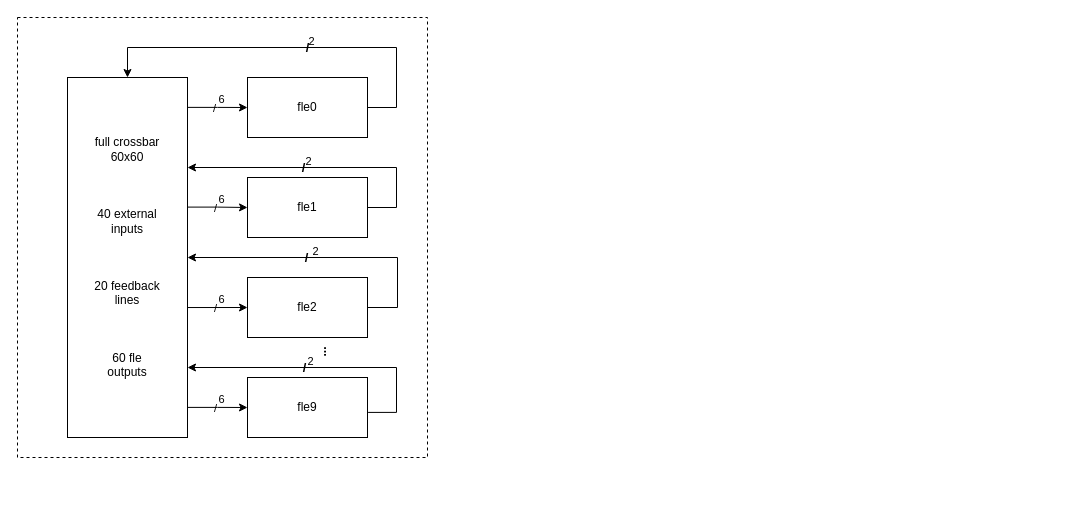
narutozxp/iodraw keeps this draw.io diagram as efpga/未命名绘图.drawio. Above is the earlier version. Source tidied: cells renumbered, new cells numbered last; positions are measured from the earlier drawing's top-left corner, leaving out a move shared by most shapes. Both pictures are drawn from the tidied source at 100%, with x=0, y=0 at pixel (17, 17).
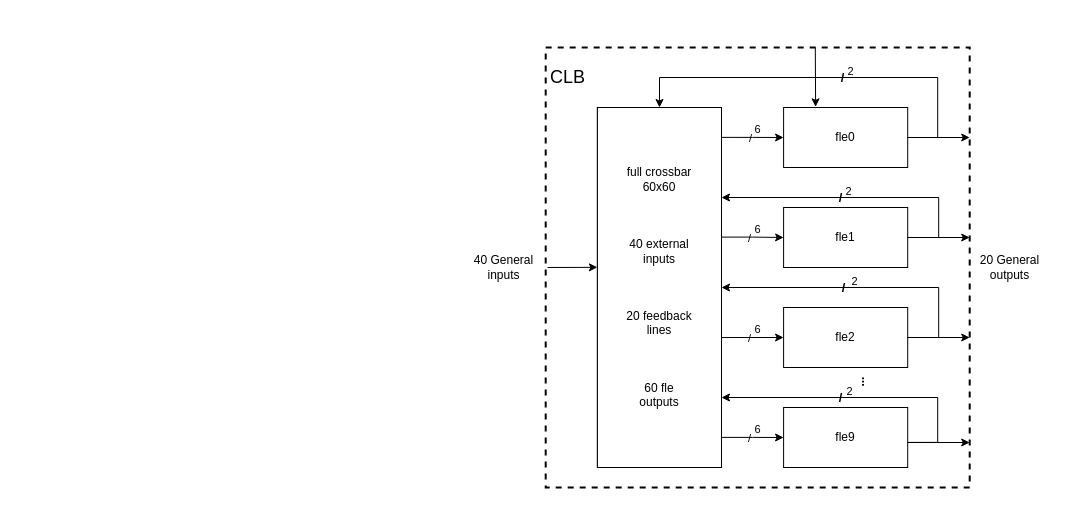
The same page after the edit.

Diff of the diagram source:
```diff
@@
-    <mxCell id="2" style="edgeStyle=orthogonalEdgeStyle;rounded=0;jettySize=auto;html=0;labelBorderColor=none;startArrow=none;startFill=0;endArrow=classic;endFill=1;exitX=1;exitY=0.083;exitDx=0;exitDy=0;exitPerimeter=0;" parent="1" edge="1" source="24" target="5">
-      <mxGeometry relative="1" as="geometry" />
-    </mxCell>
-    <mxCell id="3" value="/" style="edgeLabel;html=1;align=center;verticalAlign=middle;labelBackgroundColor=none;" parent="2" vertex="1">
-      <mxGeometry x="0.34" y="1" relative="1" as="geometry">
-        <mxPoint x="-13" y="1" as="offset" />
-      </mxGeometry>
-    </mxCell>
-    <mxCell id="4" value="6" style="edgeLabel;html=1;align=center;verticalAlign=bottom;labelBackgroundColor=none;" parent="2" vertex="1">
-      <mxGeometry x="0.24" y="1" relative="1" as="geometry">
-        <mxPoint x="-3" y="1" as="offset" />
-      </mxGeometry>
-    </mxCell>
+    <mxCell id="35" style="group;" parent="1" vertex="1">
+      <mxGeometry x="430" y="30" width="605" height="440" as="geometry" />
+    </mxCell>
+    <mxCell id="36" style="group;fontStyle=0;fontSize=18;strokeWidth=2;fillColor=none;perimeterSpacing=5;strokeColor=default;dashed=1;fontColor=none;noLabel=1;" parent="35" vertex="1">
+      <mxGeometry x="98.2" width="424" height="440" as="geometry" />
+    </mxCell>
+    <mxCell id="37" style="edgeStyle=orthogonalEdgeStyle;rounded=0;jettySize=auto;html=0;exitX=1;exitY=0.5;exitDx=0;exitDy=0;labelBorderColor=none;startArrow=none;startFill=0;endArrow=classic;endFill=1;" parent="36" edge="1" source="6">
+      <mxGeometry relative="1" as="geometry">
+        <mxPoint x="424" y="190" as="targetPoint" />
+        <Array as="points">
+          <mxPoint x="424" y="190" />
+        </Array>
+      </mxGeometry>
+    </mxCell>
-    <mxCell id="5" value="fle0" style="rounded=0;whiteSpace=wrap;html=1;" parent="1" vertex="1">
-      <mxGeometry x="230" y="60" width="120" height="60" as="geometry" />
+    <mxCell id="5" value="fle0" style="rounded=0;whiteSpace=wrap;html=1;" parent="36" vertex="1">
+      <mxGeometry x="237.9" y="60" width="124.1" height="60" as="geometry" />
     </mxCell>
-    <mxCell id="6" value="fle1" style="whiteSpace=wrap;html=1;" parent="1" vertex="1">
-      <mxGeometry x="230" y="160" width="120" height="60" as="geometry" />
+    <mxCell id="6" value="fle1" style="whiteSpace=wrap;html=1;" parent="36" vertex="1">
+      <mxGeometry x="237.9" y="160" width="124.1" height="60" as="geometry" />
     </mxCell>
-    <mxCell id="7" value="fle9" style="rounded=0;whiteSpace=wrap;html=1;" parent="1" vertex="1">
-      <mxGeometry x="230" y="360" width="120" height="60" as="geometry" />
+    <mxCell id="7" value="fle9" style="rounded=0;whiteSpace=wrap;html=1;" parent="36" vertex="1">
+      <mxGeometry x="237.9" y="360" width="124.1" height="60" as="geometry" />
     </mxCell>
-    <mxCell id="8" style="edgeStyle=orthogonalEdgeStyle;rounded=0;jettySize=auto;exitX=1;exitY=0.5;exitDx=0;exitDy=0;endArrow=classic;endFill=1;startArrow=none;startFill=0;horizontal=1;labelBorderColor=none;verticalAlign=bottom;" parent="1" edge="1" source="11">
+    <mxCell id="8" style="edgeStyle=orthogonalEdgeStyle;rounded=0;jettySize=auto;exitX=1;exitY=0.5;exitDx=0;exitDy=0;endArrow=classic;endFill=1;startArrow=none;startFill=0;horizontal=1;labelBorderColor=none;verticalAlign=bottom;" parent="36" edge="1" source="11">
       <mxGeometry relative="1" as="geometry">
-        <mxPoint x="170" y="240" as="targetPoint" />
+        <mxPoint x="175.8" y="240" as="targetPoint" />
         <Array as="points">
-          <mxPoint x="380" y="290" />
-          <mxPoint x="380" y="240" />
+          <mxPoint x="393" y="290" />
+          <mxPoint x="393" y="240" />
         </Array>
       </mxGeometry>
     </mxCell>
@@
-    <mxCell id="11" value="fle2" style="rounded=0;whiteSpace=wrap;html=1;" parent="1" vertex="1">
-      <mxGeometry x="230" y="260" width="120" height="60" as="geometry" />
+    <mxCell id="11" value="fle2" style="rounded=0;whiteSpace=wrap;html=1;" parent="36" vertex="1">
+      <mxGeometry x="237.9" y="260" width="124.1" height="60" as="geometry" />
     </mxCell>
-    <mxCell id="12" style="edgeStyle=orthogonalEdgeStyle;rounded=0;orthogonalLoop=1;jettySize=auto;html=0;labelBorderColor=none;startArrow=none;startFill=0;endArrow=classic;endFill=1;" parent="1" edge="1">
+    <mxCell id="12" style="edgeStyle=orthogonalEdgeStyle;rounded=0;orthogonalLoop=1;jettySize=auto;html=0;labelBorderColor=none;startArrow=none;startFill=0;endArrow=classic;endFill=1;" parent="36" edge="1">
       <mxGeometry relative="1" as="geometry">
-        <mxPoint x="100" y="60" as="sourcePoint" />
-        <mxPoint x="100" y="60.2" as="targetPoint" />
+        <mxPoint x="103.4" y="60" as="sourcePoint" />
+        <mxPoint x="103.4" y="60.2" as="targetPoint" />
       </mxGeometry>
     </mxCell>
-    <mxCell id="13" style="rounded=0;whiteSpace=wrap;html=1;" parent="1" vertex="1">
-      <mxGeometry x="50" y="60" width="120" height="360" as="geometry" />
+    <mxCell id="13" style="rounded=0;whiteSpace=wrap;html=1;" parent="36" vertex="1">
+      <mxGeometry x="51.7" y="60" width="124.1" height="360" as="geometry" />
     </mxCell>
-    <mxCell id="14" style="edgeStyle=orthogonalEdgeStyle;rounded=0;jettySize=auto;entryX=1.008;entryY=0.193;entryDx=0;entryDy=0;entryPerimeter=0;endArrow=classic;endFill=1;startArrow=none;startFill=0;horizontal=1;labelBorderColor=none;verticalAlign=bottom;exitX=1;exitY=0.5;exitDx=0;exitDy=0;" parent="1" edge="1" source="6">
+    <mxCell id="14" style="edgeStyle=orthogonalEdgeStyle;rounded=0;jettySize=auto;entryX=1.008;entryY=0.193;entryDx=0;entryDy=0;entryPerimeter=0;endArrow=classic;endFill=1;startArrow=none;startFill=0;horizontal=1;labelBorderColor=none;verticalAlign=bottom;exitX=1;exitY=0.5;exitDx=0;exitDy=0;" parent="36" edge="1" source="6">
       <mxGeometry relative="1" as="geometry">
-        <mxPoint x="170" y="150" as="targetPoint" />
+        <mxPoint x="175.8" y="150" as="targetPoint" />
         <Array as="points">
-          <mxPoint x="379" y="190" />
-          <mxPoint x="379" y="150" />
+          <mxPoint x="393" y="190" />
+          <mxPoint x="393" y="150" />
         </Array>
       </mxGeometry>
     </mxCell>
@@
-    <mxCell id="17" style="edgeStyle=orthogonalEdgeStyle;rounded=0;jettySize=auto;endArrow=classic;endFill=1;startArrow=none;startFill=0;horizontal=1;labelBorderColor=none;verticalAlign=bottom;exitX=1;exitY=0.5;exitDx=0;exitDy=0;" parent="1" edge="1" source="5" target="13">
+    <mxCell id="17" style="edgeStyle=orthogonalEdgeStyle;rounded=0;jettySize=auto;endArrow=classic;endFill=1;startArrow=none;startFill=0;horizontal=1;labelBorderColor=none;verticalAlign=bottom;exitX=1;exitY=0.5;exitDx=0;exitDy=0;" parent="36" edge="1" source="5" target="13">
       <mxGeometry relative="1" as="geometry">
         <Array as="points">
-          <mxPoint x="379" y="90" />
-          <mxPoint x="379" y="30" />
-          <mxPoint x="110" y="30" />
+          <mxPoint x="392" y="90" />
+          <mxPoint x="392" y="30" />
+          <mxPoint x="113.8" y="30" />
         </Array>
       </mxGeometry>
     </mxCell>
@@
-    <mxCell id="20" style="edgeStyle=orthogonalEdgeStyle;rounded=0;jettySize=auto;entryX=1.008;entryY=0.193;entryDx=0;entryDy=0;entryPerimeter=0;endArrow=classic;endFill=1;startArrow=none;startFill=0;horizontal=1;labelBorderColor=none;verticalAlign=bottom;exitX=1.005;exitY=0.582;exitDx=0;exitDy=0;exitPerimeter=0;" parent="1" edge="1" source="7">
+    <mxCell id="20" style="edgeStyle=orthogonalEdgeStyle;rounded=0;jettySize=auto;entryX=1.008;entryY=0.193;entryDx=0;entryDy=0;entryPerimeter=0;endArrow=classic;endFill=1;startArrow=none;startFill=0;horizontal=1;labelBorderColor=none;verticalAlign=bottom;exitX=1.005;exitY=0.582;exitDx=0;exitDy=0;exitPerimeter=0;" parent="36" edge="1" source="7">
       <mxGeometry relative="1" as="geometry">
-        <mxPoint x="170" y="350" as="targetPoint" />
+        <mxPoint x="175.8" y="350" as="targetPoint" />
         <Array as="points">
-          <mxPoint x="379" y="395" />
-          <mxPoint x="379" y="350" />
+          <mxPoint x="392" y="395" />
+          <mxPoint x="392" y="350" />
         </Array>
       </mxGeometry>
     </mxCell>
@@
-    <mxCell id="23" value="&lt;b&gt;...&lt;/b&gt;" style="text;html=1;align=center;verticalAlign=middle;strokeColor=none;fillColor=none;horizontal=0;" parent="1" vertex="1">
-      <mxGeometry x="290" y="320" width="30" height="30" as="geometry" />
+    <mxCell id="23" value="&lt;b&gt;...&lt;/b&gt;" style="text;html=1;align=center;verticalAlign=middle;strokeColor=none;fillColor=none;horizontal=0;" parent="36" vertex="1">
+      <mxGeometry x="299.9" y="320" width="30" height="30" as="geometry" />
     </mxCell>
-    <mxCell id="24" value="full crossbar&lt;br&gt;60x60&lt;br&gt;&lt;br&gt;&lt;br&gt;&lt;br&gt;40 external&lt;br&gt;inputs&lt;br&gt;&lt;br&gt;&lt;br&gt;&lt;br&gt;20 feedback&lt;br&gt;lines&lt;br&gt;&lt;br&gt;&lt;br&gt;&lt;br&gt;60 fle&lt;br&gt;outputs" style="rounded=0;whiteSpace=wrap;html=1;points=[[0,0,0,0,0],[0,0.25,0,0,0],[0,0.5,0,0,0],[0,0.75,0,0,0],[0,1,0,0,0],[0.25,0,0,0,0],[0.25,1,0,0,0],[0.5,0,0,0,0],[0.5,1,0,0,0],[0.75,0,0,0,0],[0.75,1,0,0,0],[1,0,0,0,0],[1,0.2,0,0,0],[1,0.25,0,0,0],[1,0.33,0,0,0],[1,0.4,0,0,0],[1,0.5,0,0,0],[1,0.6,0,0,0],[1,0.67,0,0,0],[1,0.75,0,0,0],[1,0.8,0,0,0],[1,1,0,0,0]];" parent="1" vertex="1">
-      <mxGeometry x="50" y="60" width="120" height="360" as="geometry" />
+    <mxCell id="24" value="full crossbar&lt;br&gt;60x60&lt;br&gt;&lt;br&gt;&lt;br&gt;&lt;br&gt;40 external&lt;br&gt;inputs&lt;br&gt;&lt;br&gt;&lt;br&gt;&lt;br&gt;20 feedback&lt;br&gt;lines&lt;br&gt;&lt;br&gt;&lt;br&gt;&lt;br&gt;60 fle&lt;br&gt;outputs" style="rounded=0;whiteSpace=wrap;html=1;points=[[0,0,0,0,0],[0,0.25,0,0,0],[0,0.5,0,0,0],[0,0.75,0,0,0],[0,1,0,0,0],[0.25,0,0,0,0],[0.25,1,0,0,0],[0.5,0,0,0,0],[0.5,1,0,0,0],[0.75,0,0,0,0],[0.75,1,0,0,0],[1,0,0,0,0],[1,0.2,0,0,0],[1,0.25,0,0,0],[1,0.33,0,0,0],[1,0.4,0,0,0],[1,0.5,0,0,0],[1,0.6,0,0,0],[1,0.67,0,0,0],[1,0.75,0,0,0],[1,0.8,0,0,0],[1,1,0,0,0]];" parent="36" vertex="1">
+      <mxGeometry x="51.7" y="60" width="124.1" height="360" as="geometry" />
     </mxCell>
-    <mxCell id="25" style="edgeStyle=orthogonalEdgeStyle;rounded=0;jettySize=auto;html=0;labelBorderColor=none;startArrow=none;startFill=0;endArrow=classic;endFill=1;entryX=0;entryY=0.5;entryDx=0;entryDy=0;exitX=1.002;exitY=0.36;exitDx=0;exitDy=0;exitPerimeter=0;" parent="1" edge="1" source="24" target="6">
+    <mxCell id="25" style="edgeStyle=orthogonalEdgeStyle;rounded=0;jettySize=auto;html=0;labelBorderColor=none;startArrow=none;startFill=0;endArrow=classic;endFill=1;entryX=0;entryY=0.5;entryDx=0;entryDy=0;exitX=1.002;exitY=0.36;exitDx=0;exitDy=0;exitPerimeter=0;" parent="36" edge="1" source="24" target="6">
       <mxGeometry relative="1" as="geometry" />
     </mxCell>
+    <mxCell id="2" style="edgeStyle=orthogonalEdgeStyle;rounded=0;jettySize=auto;html=0;labelBorderColor=none;startArrow=none;startFill=0;endArrow=classic;endFill=1;exitX=1;exitY=0.083;exitDx=0;exitDy=0;exitPerimeter=0;" parent="36" edge="1" source="24" target="5">
+      <mxGeometry relative="1" as="geometry" />
+    </mxCell>
+    <mxCell id="3" value="/" style="edgeLabel;html=1;align=center;verticalAlign=middle;labelBackgroundColor=none;" parent="2" vertex="1">
+      <mxGeometry x="0.34" y="1" relative="1" as="geometry">
+        <mxPoint x="-13" y="1" as="offset" />
+      </mxGeometry>
+    </mxCell>
+    <mxCell id="4" value="6" style="edgeLabel;html=1;align=center;verticalAlign=bottom;labelBackgroundColor=none;" parent="2" vertex="1">
+      <mxGeometry x="0.24" y="1" relative="1" as="geometry">
+        <mxPoint x="-3" y="1" as="offset" />
+      </mxGeometry>
+    </mxCell>
-    <mxCell id="26" style="edgeStyle=orthogonalEdgeStyle;rounded=0;jettySize=auto;html=0;labelBorderColor=none;startArrow=none;startFill=0;endArrow=classic;endFill=1;exitX=1.001;exitY=0.639;exitDx=0;exitDy=0;exitPerimeter=0;entryX=0;entryY=0.5;entryDx=0;entryDy=0;" parent="1" edge="1" source="24" target="11">
+    <mxCell id="26" style="edgeStyle=orthogonalEdgeStyle;rounded=0;jettySize=auto;html=0;labelBorderColor=none;startArrow=none;startFill=0;endArrow=classic;endFill=1;exitX=1.001;exitY=0.639;exitDx=0;exitDy=0;exitPerimeter=0;entryX=0;entryY=0.5;entryDx=0;entryDy=0;" parent="36" edge="1" source="24" target="11">
       <mxGeometry relative="1" as="geometry" />
     </mxCell>
-    <mxCell id="27" style="edgeStyle=orthogonalEdgeStyle;rounded=0;orthogonalLoop=1;jettySize=auto;html=0;labelBorderColor=none;startArrow=none;startFill=0;endArrow=classic;endFill=1;exitX=1;exitY=0.083;exitDx=0;exitDy=0;exitPerimeter=0;" parent="1" edge="1">
+    <mxCell id="27" style="edgeStyle=orthogonalEdgeStyle;rounded=0;orthogonalLoop=1;jettySize=auto;html=0;labelBorderColor=none;startArrow=none;startFill=0;endArrow=classic;endFill=1;exitX=1;exitY=0.083;exitDx=0;exitDy=0;exitPerimeter=0;" parent="36" edge="1">
       <mxGeometry relative="1" as="geometry">
-        <mxPoint x="170" y="389.9" as="sourcePoint" />
-        <mxPoint x="230" y="390" as="targetPoint" />
+        <mxPoint x="175.8" y="389.9" as="sourcePoint" />
+        <mxPoint x="237.9" y="390" as="targetPoint" />
         <Array as="points">
-          <mxPoint x="200" y="390" />
-          <mxPoint x="230" y="390" />
+          <mxPoint x="206.8" y="390" />
+          <mxPoint x="237.9" y="390" />
         </Array>
       </mxGeometry>
     </mxCell>
-    <mxCell id="28" value="/" style="edgeLabel;html=1;align=center;verticalAlign=middle;labelBackgroundColor=none;" parent="1" vertex="1">
-      <mxGeometry x="197" y="190" as="geometry" />
+    <mxCell id="28" value="/" style="edgeLabel;html=1;align=center;verticalAlign=middle;labelBackgroundColor=none;" parent="36" vertex="1">
+      <mxGeometry x="203.7" y="190" as="geometry" />
     </mxCell>
-    <mxCell id="29" value="6" style="edgeLabel;html=1;align=center;verticalAlign=bottom;labelBackgroundColor=none;" parent="1" vertex="1">
-      <mxGeometry x="203.9" y="190" as="geometry" />
+    <mxCell id="29" value="6" style="edgeLabel;html=1;align=center;verticalAlign=bottom;labelBackgroundColor=none;" parent="36" vertex="1">
+      <mxGeometry x="210.9" y="190" as="geometry" />
     </mxCell>
-    <mxCell id="30" value="/" style="edgeLabel;html=1;align=center;verticalAlign=middle;labelBackgroundColor=none;" parent="1" vertex="1">
-      <mxGeometry x="197" y="290" as="geometry" />
+    <mxCell id="30" value="/" style="edgeLabel;html=1;align=center;verticalAlign=middle;labelBackgroundColor=none;" parent="36" vertex="1">
+      <mxGeometry x="203.7" y="290" as="geometry" />
     </mxCell>
-    <mxCell id="31" value="6" style="edgeLabel;html=1;align=center;verticalAlign=bottom;labelBackgroundColor=none;" parent="1" vertex="1">
-      <mxGeometry x="203.9" y="290" as="geometry" />
+    <mxCell id="31" value="6" style="edgeLabel;html=1;align=center;verticalAlign=bottom;labelBackgroundColor=none;" parent="36" vertex="1">
+      <mxGeometry x="210.9" y="290" as="geometry" />
     </mxCell>
-    <mxCell id="32" value="/" style="edgeLabel;html=1;align=center;verticalAlign=middle;labelBackgroundColor=none;" parent="1" vertex="1">
-      <mxGeometry x="197" y="390" as="geometry" />
+    <mxCell id="32" value="/" style="edgeLabel;html=1;align=center;verticalAlign=middle;labelBackgroundColor=none;" parent="36" vertex="1">
+      <mxGeometry x="203.7" y="390" as="geometry" />
     </mxCell>
-    <mxCell id="33" value="6" style="edgeLabel;html=1;align=center;verticalAlign=bottom;labelBackgroundColor=none;" parent="1" vertex="1">
-      <mxGeometry x="203.9" y="390" as="geometry" />
+    <mxCell id="33" value="6" style="edgeLabel;html=1;align=center;verticalAlign=bottom;labelBackgroundColor=none;" parent="36" vertex="1">
+      <mxGeometry x="210.9" y="390" as="geometry" />
     </mxCell>
-    <mxCell id="34" style="rounded=0;whiteSpace=wrap;html=1;labelBackgroundColor=none;dashed=1;labelBorderColor=default;fillColor=none;" parent="1" vertex="1">
-      <mxGeometry width="410" height="440" as="geometry" />
-    </mxCell>
+    <mxCell id="38" style="edgeStyle=orthogonalEdgeStyle;rounded=0;orthogonalLoop=1;jettySize=auto;html=0;exitX=1;exitY=0.5;exitDx=0;exitDy=0;labelBorderColor=none;startArrow=none;startFill=0;endArrow=classic;endFill=1;" parent="36" edge="1">
+      <mxGeometry relative="1" as="geometry">
+        <mxPoint x="362" y="290" as="sourcePoint" />
+        <mxPoint x="424" y="290" as="targetPoint" />
+        <Array as="points">
+          <mxPoint x="424" y="290" />
+        </Array>
+      </mxGeometry>
+    </mxCell>
+    <mxCell id="39" style="edgeStyle=orthogonalEdgeStyle;rounded=0;orthogonalLoop=1;jettySize=auto;html=0;exitX=1;exitY=0.5;exitDx=0;exitDy=0;labelBorderColor=none;startArrow=none;startFill=0;endArrow=classic;endFill=1;" parent="36" edge="1">
+      <mxGeometry relative="1" as="geometry">
+        <mxPoint x="362" y="395" as="sourcePoint" />
+        <mxPoint x="424" y="395" as="targetPoint" />
+        <Array as="points">
+          <mxPoint x="424" y="395" />
+        </Array>
+      </mxGeometry>
+    </mxCell>
+    <mxCell id="40" style="edgeStyle=orthogonalEdgeStyle;rounded=0;orthogonalLoop=1;jettySize=auto;html=0;exitX=1;exitY=0.5;exitDx=0;exitDy=0;labelBorderColor=none;startArrow=none;startFill=0;endArrow=classic;endFill=1;" parent="36" edge="1">
+      <mxGeometry relative="1" as="geometry">
+        <mxPoint x="362" y="90" as="sourcePoint" />
+        <mxPoint x="424" y="90" as="targetPoint" />
+        <Array as="points">
+          <mxPoint x="424" y="90" />
+        </Array>
+      </mxGeometry>
+    </mxCell>
+    <mxCell id="41" style="endArrow=classic;html=1;rounded=0;labelBorderColor=none;fontSize=18;fontColor=none;entryX=0.258;entryY=-0.011;entryDx=0;entryDy=0;entryPerimeter=0;" parent="36" edge="1" target="5">
+      <mxGeometry relative="1" as="geometry">
+        <mxPoint x="269.6" as="sourcePoint" />
+      </mxGeometry>
+    </mxCell>
+    <mxCell id="42" value="20 General&lt;br&gt;outputs" style="text;html=1;align=center;verticalAlign=middle;strokeColor=none;fillColor=none;dashed=1;labelBackgroundColor=none;labelBorderColor=none;opacity=0;" parent="35" vertex="1">
+      <mxGeometry x="522.3" y="200" width="80" height="40" as="geometry" />
+    </mxCell>
+    <mxCell id="43" value="40 General&lt;br&gt;inputs" style="text;html=1;align=center;verticalAlign=middle;strokeColor=none;fillColor=none;dashed=1;labelBackgroundColor=none;labelBorderColor=none;opacity=0;" parent="35" vertex="1">
+      <mxGeometry x="15.5" y="200" width="80" height="40" as="geometry" />
+    </mxCell>
+    <mxCell id="44" style="rounded=0;orthogonalLoop=1;jettySize=auto;html=0;exitX=0;exitY=0.5;exitDx=0;exitDy=0;labelBorderColor=none;startArrow=none;startFill=0;endArrow=classic;endFill=1;" parent="35" edge="1">
+      <mxGeometry relative="1" as="geometry">
+        <mxPoint y="256" as="sourcePoint" />
+        <mxPoint y="256" as="targetPoint" />
+      </mxGeometry>
+    </mxCell>
+    <mxCell id="45" style="edgeStyle=none;rounded=0;jettySize=auto;html=0;entryX=0;entryY=0.444;entryDx=0;entryDy=0;entryPerimeter=0;labelBorderColor=none;startArrow=none;startFill=0;endArrow=classic;endFill=1;" parent="35" edge="1" target="24">
+      <mxGeometry relative="1" as="geometry">
+        <mxPoint x="100" y="220" as="sourcePoint" />
+      </mxGeometry>
+    </mxCell>
+    <mxCell id="46" value="CLB" style="text;html=1;align=center;verticalAlign=middle;strokeColor=none;fillColor=none;fontSize=18;fontColor=none;" parent="1" vertex="1">
+      <mxGeometry x="520" y="40" width="60" height="40" as="geometry" />
+    </mxCell>
```
